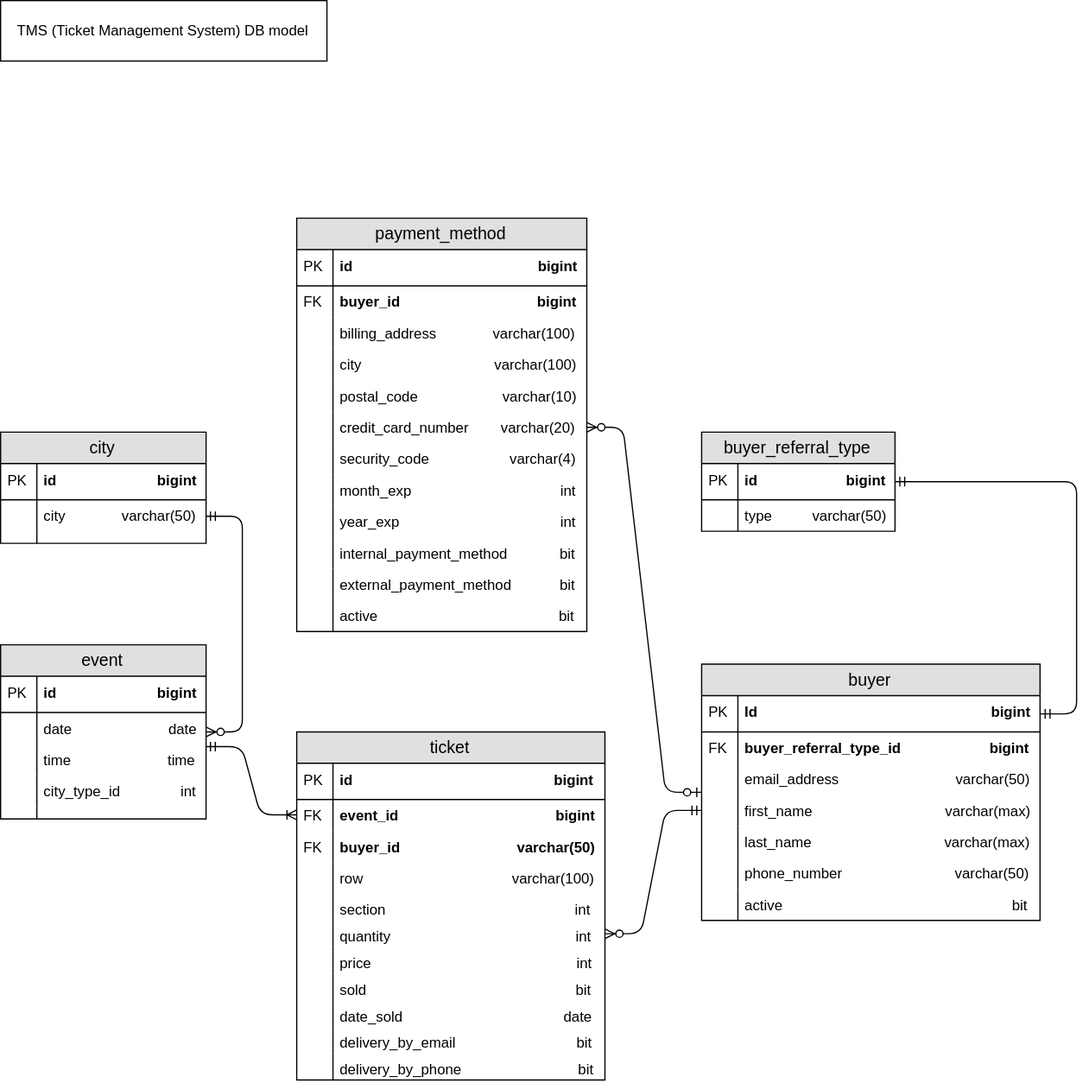
Before: diagrams/ticket_management_DB_model.svg, a diagram exported from draw.io (yazhang28/ticket_vendor_app). Source tidied: cells renumbered, new cells last; positions are measured from the earlier drawing's top-left corner, leaving out a move shared by most shapes.
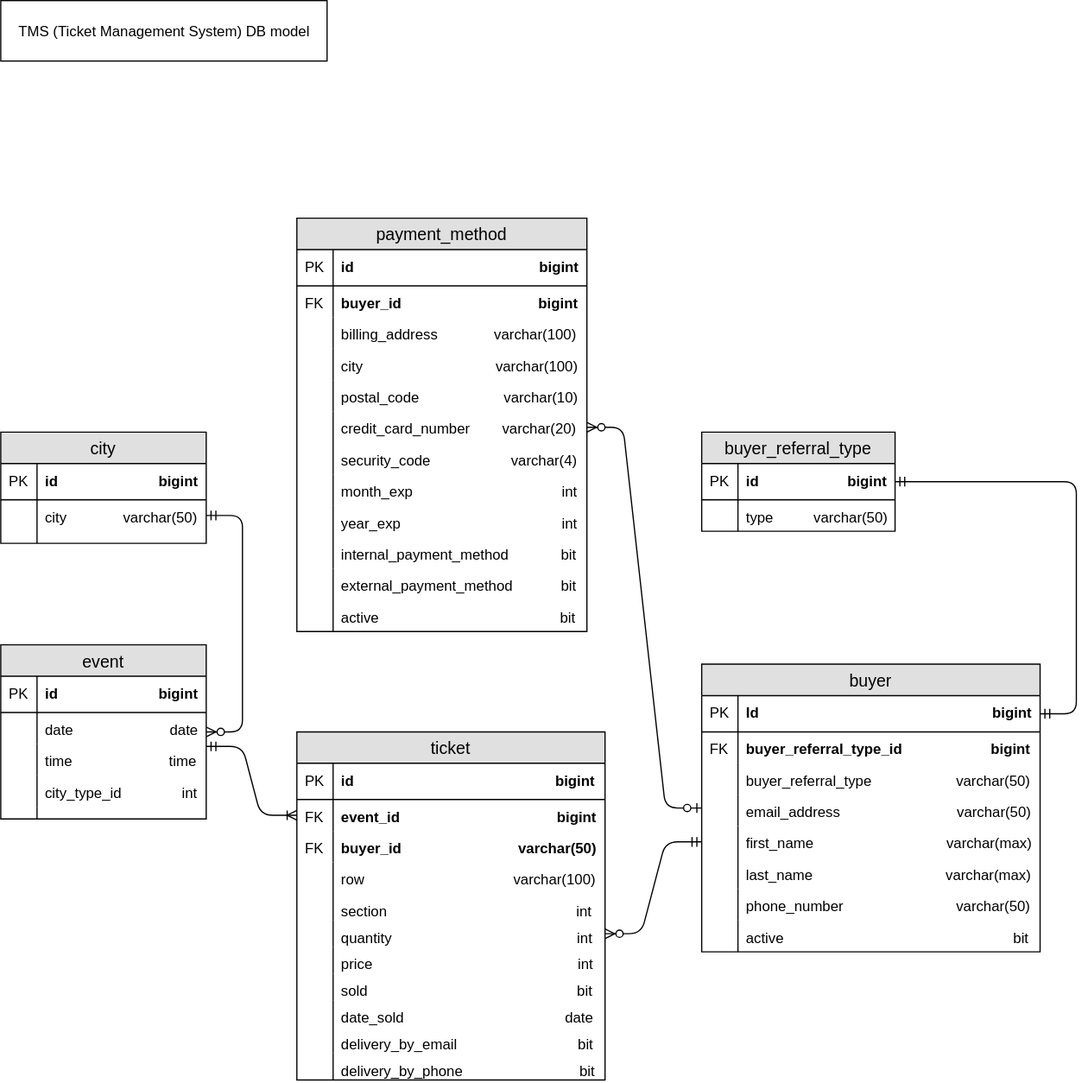
Above is the later version.

The edit, as a diff of the source:
```diff
@@ -3,7 +3,7 @@
     <mxCell id="0" />
     <mxCell id="1" parent="0" />
     <mxCell id="2" value="buyer" style="swimlane;fontStyle=0;horizontal=1;startSize=26;fillColor=#e0e0e0;swimlaneFillColor=#ffffff;align=center;fontSize=14;" parent="1" vertex="1">
-      <mxGeometry x="580" y="549" width="280" height="212" as="geometry" />
+      <mxGeometry x="580" y="549" width="280" height="238" as="geometry" />
     </mxCell>
     <mxCell id="3" value="Id                                                          bigint" style="shape=partialRectangle;top=0;left=0;right=0;bottom=1;align=left;verticalAlign=middle;fillColor=none;spacingLeft=34;spacingRight=4;overflow=hidden;points=[[0,0.5],[1,0.5]];portConstraint=eastwest;fontStyle=1;fontSize=12;" parent="2" vertex="1">
       <mxGeometry y="26" width="280" height="30" as="geometry" />
@@ -17,32 +17,38 @@
     <mxCell id="6" value="FK" style="shape=partialRectangle;top=0;left=0;bottom=0;fillColor=none;align=left;verticalAlign=top;spacingLeft=4;spacingRight=4;overflow=hidden;fontSize=12;" parent="5" vertex="1">
       <mxGeometry width="30" height="26" as="geometry" />
     </mxCell>
-    <mxCell id="7" value="email_address                             varchar(50)" style="shape=partialRectangle;top=0;left=0;right=0;bottom=0;align=left;verticalAlign=top;fillColor=none;spacingLeft=34;spacingRight=4;overflow=hidden;fontSize=12;" parent="2" vertex="1">
+    <mxCell id="7" value="buyer_referral_type                     varchar(50)" style="shape=partialRectangle;top=0;left=0;right=0;bottom=0;align=left;verticalAlign=top;fillColor=none;spacingLeft=34;spacingRight=4;overflow=hidden;fontSize=12;" parent="2" vertex="1">
       <mxGeometry y="82" width="280" height="26" as="geometry" />
     </mxCell>
     <mxCell id="8" style="shape=partialRectangle;top=0;left=0;bottom=0;fillColor=none;align=left;verticalAlign=top;spacingLeft=4;spacingRight=4;overflow=hidden;fontSize=12;" parent="7" vertex="1">
       <mxGeometry width="30" height="26" as="geometry" />
     </mxCell>
+    <mxCell id="94" value="email_address                             varchar(50)" style="shape=partialRectangle;top=0;left=0;right=0;bottom=0;align=left;verticalAlign=top;fillColor=none;spacingLeft=34;spacingRight=4;overflow=hidden;fontSize=12;" parent="2" vertex="1">
+      <mxGeometry y="108" width="280" height="26" as="geometry" />
+    </mxCell>
+    <mxCell id="95" style="shape=partialRectangle;top=0;left=0;bottom=0;fillColor=none;align=left;verticalAlign=top;spacingLeft=4;spacingRight=4;overflow=hidden;fontSize=12;" parent="94" vertex="1">
+      <mxGeometry width="30" height="26" as="geometry" />
+    </mxCell>
     <mxCell id="9" value="first_name                                 varchar(max)" style="shape=partialRectangle;top=0;left=0;right=0;bottom=0;align=left;verticalAlign=top;fillColor=none;spacingLeft=34;spacingRight=4;overflow=hidden;points=[[0,0.5],[1,0.5]];portConstraint=eastwest;fontSize=12;" parent="2" vertex="1">
-      <mxGeometry y="108" width="280" height="26" as="geometry" />
+      <mxGeometry y="134" width="280" height="26" as="geometry" />
     </mxCell>
     <mxCell id="10" style="shape=partialRectangle;top=0;left=0;bottom=0;fillColor=none;align=left;verticalAlign=top;spacingLeft=4;spacingRight=4;overflow=hidden;fontSize=12;" parent="9" vertex="1">
       <mxGeometry width="30" height="26" as="geometry" />
     </mxCell>
     <mxCell id="11" value="last_name                                 varchar(max)" style="shape=partialRectangle;top=0;left=0;right=0;bottom=0;align=left;verticalAlign=top;fillColor=none;spacingLeft=34;spacingRight=4;overflow=hidden;fontSize=12;" parent="2" vertex="1">
-      <mxGeometry y="134" width="280" height="26" as="geometry" />
+      <mxGeometry y="160" width="280" height="26" as="geometry" />
     </mxCell>
     <mxCell id="12" style="shape=partialRectangle;top=0;left=0;bottom=0;fillColor=none;align=left;verticalAlign=top;spacingLeft=4;spacingRight=4;overflow=hidden;fontSize=12;" parent="11" vertex="1">
       <mxGeometry width="30" height="26" as="geometry" />
     </mxCell>
     <mxCell id="13" value="phone_number                            varchar(50)" style="shape=partialRectangle;top=0;left=0;right=0;bottom=0;align=left;verticalAlign=top;fillColor=none;spacingLeft=34;spacingRight=4;overflow=hidden;fontSize=12;" parent="2" vertex="1">
-      <mxGeometry y="160" width="280" height="26" as="geometry" />
+      <mxGeometry y="186" width="280" height="26" as="geometry" />
     </mxCell>
     <mxCell id="14" style="shape=partialRectangle;top=0;left=0;bottom=0;fillColor=none;align=left;verticalAlign=top;spacingLeft=4;spacingRight=4;overflow=hidden;fontSize=12;" parent="13" vertex="1">
       <mxGeometry width="30" height="26" as="geometry" />
     </mxCell>
     <mxCell id="15" value="active                                                         bit" style="shape=partialRectangle;top=0;left=0;right=0;bottom=0;align=left;verticalAlign=top;fillColor=none;spacingLeft=34;spacingRight=4;overflow=hidden;fontSize=12;" parent="2" vertex="1">
-      <mxGeometry y="186" width="280" height="26" as="geometry" />
+      <mxGeometry y="212" width="280" height="26" as="geometry" />
     </mxCell>
     <mxCell id="16" style="shape=partialRectangle;top=0;left=0;bottom=0;fillColor=none;align=left;verticalAlign=top;spacingLeft=4;spacingRight=4;overflow=hidden;fontSize=12;" parent="15" vertex="1">
       <mxGeometry width="30" height="26" as="geometry" />
```
